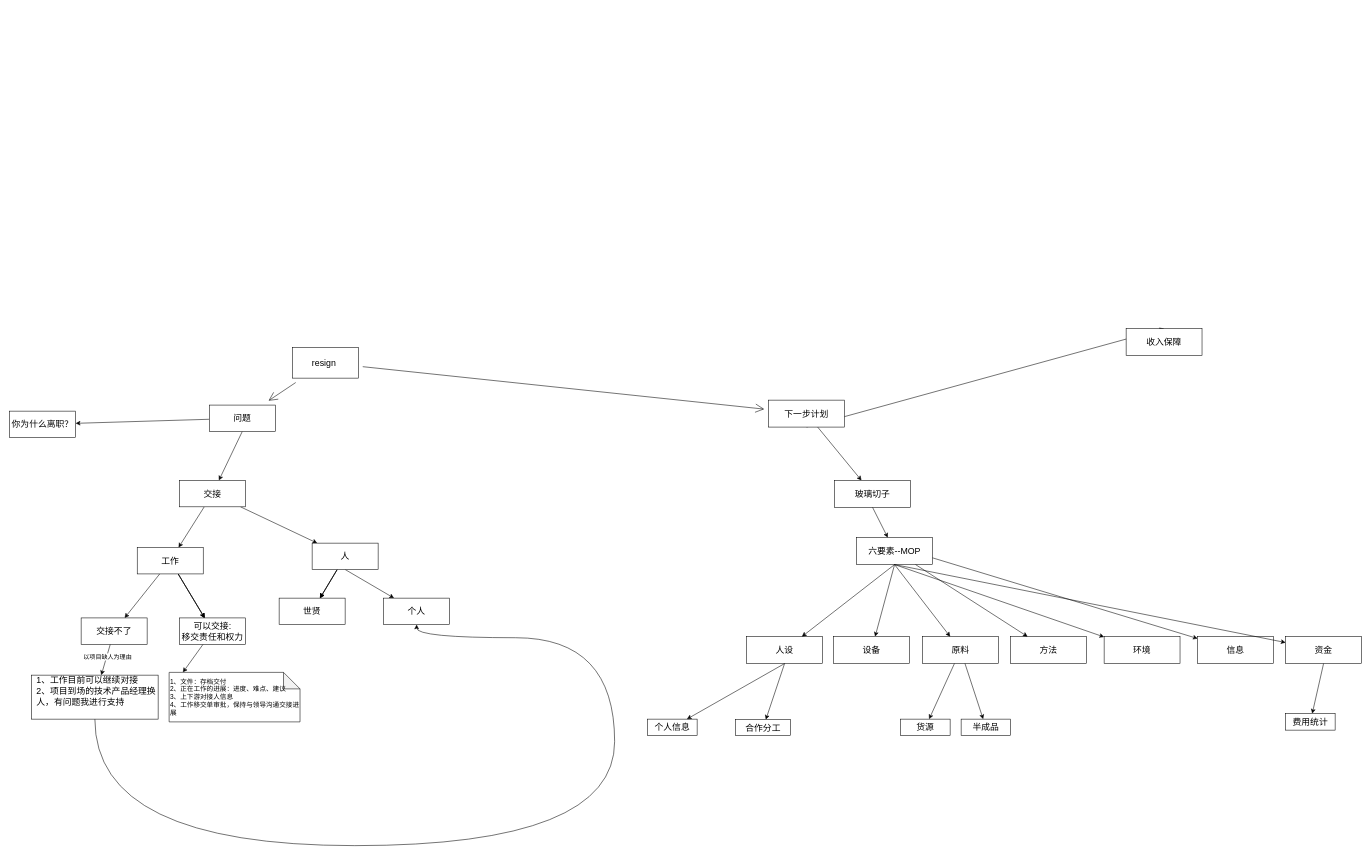
Earlier version of the draw.io diagram 我是测试的.drawio (cyrious-007/logseq_1). Source tidied: cells renumbered, new cells numbered last; positions are measured from the earlier drawing's top-left corner, leaving out a move shared by most shapes. Both pictures are drawn from the tidied source at 55%, with x=0, y=0 at pixel (9, 328).
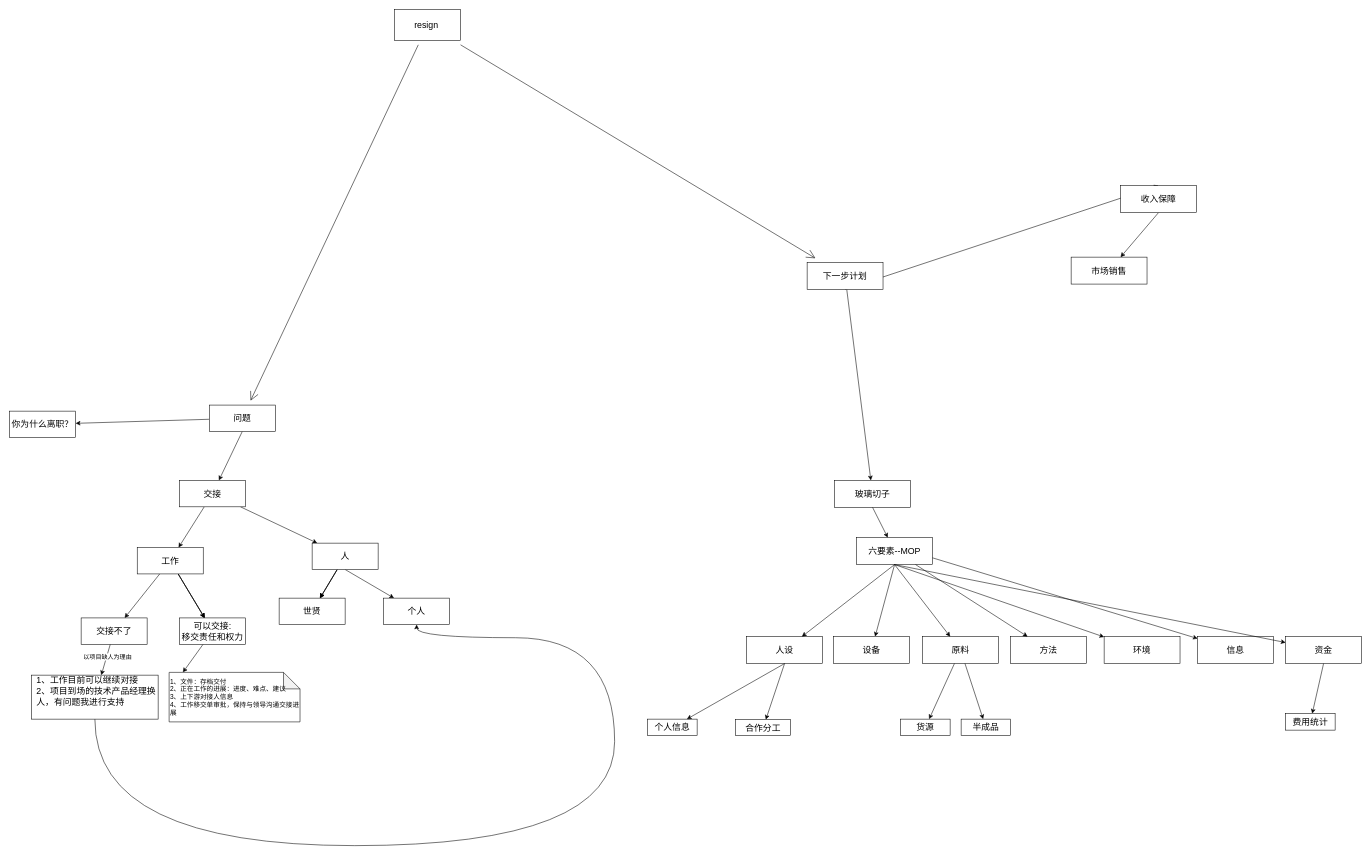
Above is the later version.

Commit message:
更新我是测试的.drawio

Diff of the diagram source:
```diff
@@
     <mxCell id="4" value="resign&amp;nbsp;" style="whiteSpace=wrap;html=1;fontSize=16;" parent="1" vertex="1">
-      <mxGeometry x="514" y="34" width="120" height="56" as="geometry" />
+      <mxGeometry x="700" y="-580" width="120" height="56" as="geometry" />
     </mxCell>
@@
     <mxCell id="10" value="下一步计划" style="whiteSpace=wrap;html=1;fontSize=16;" parent="1" vertex="1">
-      <mxGeometry x="1380" y="130" width="138" height="49" as="geometry" />
+      <mxGeometry x="1450" y="-120" width="138" height="49" as="geometry" />
     </mxCell>
@@
+    <mxCell id="64" style="rounded=0;jettySize=auto;html=1;exitX=0.5;exitY=1;exitDx=0;exitDy=0;" parent="1" edge="1" source="63" target="65">
+      <mxGeometry relative="1" as="geometry" />
+    </mxCell>
     <mxCell id="63" value="收入保障" style="whiteSpace=wrap;html=1;fontSize=16;" parent="1" vertex="1">
-      <mxGeometry x="2030" width="138" height="49" as="geometry" />
+      <mxGeometry x="2020" y="-260" width="138" height="49" as="geometry" />
     </mxCell>
+    <mxCell id="65" value="市场销售" style="whiteSpace=wrap;html=1;fontSize=16;" parent="1" vertex="1">
+      <mxGeometry x="1930" y="-130" width="138" height="49" as="geometry" />
+    </mxCell>
```
